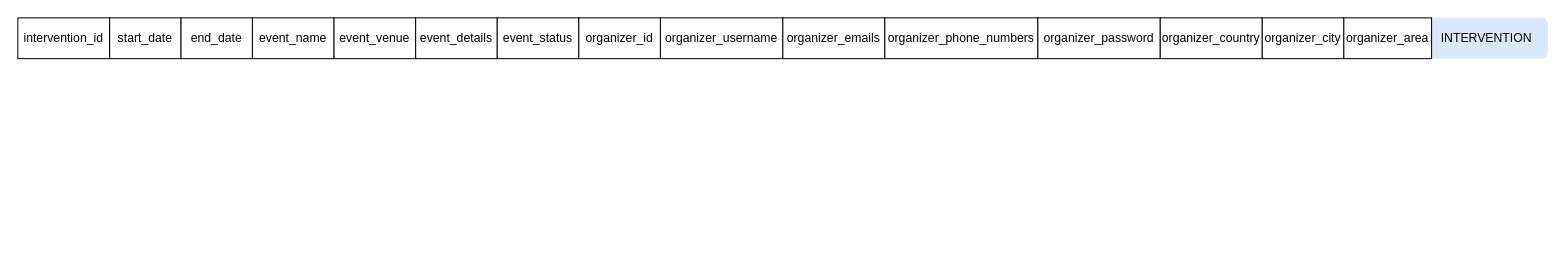
Above: normalization.drawio in BloodRiver/public-health-interventions (draw.io), before the change. Source tidied: cells renumbered, new cells numbered last; positions are measured from the earlier drawing's top-left corner, leaving out a move shared by most shapes. Both pictures are drawn from the tidied source at 102%, with x=0, y=0 at pixel (17, 17).
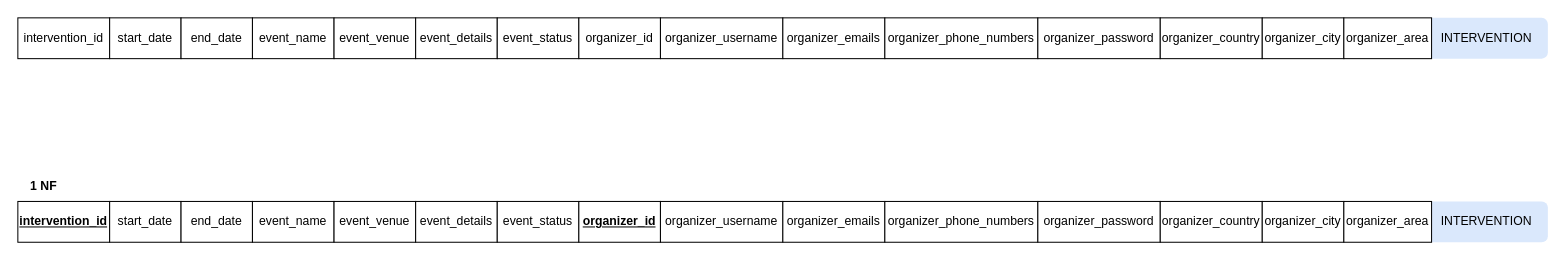
Above is the later version.

The edit, as a diff of the source:
```diff
@@
+    <mxCell id="18" value="&lt;b&gt;1 NF&lt;/b&gt;" style="text;html=1;align=center;verticalAlign=middle;strokeColor=none;fillColor=none;" parent="1" vertex="1">
+      <mxGeometry y="150" width="50" height="30" as="geometry" />
+    </mxCell>
+    <mxCell id="19" value="INTERVENTION" style="rounded=1;whiteSpace=wrap;html=1;fillColor=#dae8fc;strokeColor=none;" parent="1" vertex="1">
+      <mxGeometry x="1380" y="180" width="120" height="40" as="geometry" />
+    </mxCell>
+    <mxCell id="20" value="intervention_id" style="rounded=0;whiteSpace=wrap;html=1;fontStyle=5;" parent="1" vertex="1">
+      <mxGeometry y="180" width="90" height="40" as="geometry" />
+    </mxCell>
+    <mxCell id="21" value="start_date" style="rounded=0;whiteSpace=wrap;html=1;" parent="1" vertex="1">
+      <mxGeometry x="90" y="180" width="70" height="40" as="geometry" />
+    </mxCell>
+    <mxCell id="22" value="end_date" style="rounded=0;whiteSpace=wrap;html=1;" parent="1" vertex="1">
+      <mxGeometry x="160" y="180" width="70" height="40" as="geometry" />
+    </mxCell>
+    <mxCell id="23" value="event_name" style="rounded=0;whiteSpace=wrap;html=1;" parent="1" vertex="1">
+      <mxGeometry x="230" y="180" width="80" height="40" as="geometry" />
+    </mxCell>
+    <mxCell id="24" value="event_venue" style="rounded=0;whiteSpace=wrap;html=1;" parent="1" vertex="1">
+      <mxGeometry x="310" y="180" width="80" height="40" as="geometry" />
+    </mxCell>
+    <mxCell id="25" value="event_details" style="rounded=0;whiteSpace=wrap;html=1;" parent="1" vertex="1">
+      <mxGeometry x="390" y="180" width="80" height="40" as="geometry" />
+    </mxCell>
+    <mxCell id="26" value="event_status" style="rounded=0;whiteSpace=wrap;html=1;" parent="1" vertex="1">
+      <mxGeometry x="470" y="180" width="80" height="40" as="geometry" />
+    </mxCell>
+    <mxCell id="27" value="organizer_id" style="rounded=0;whiteSpace=wrap;html=1;fontStyle=5;" parent="1" vertex="1">
+      <mxGeometry x="550" y="180" width="80" height="40" as="geometry" />
+    </mxCell>
+    <mxCell id="28" value="organizer_username" style="rounded=0;whiteSpace=wrap;html=1;" parent="1" vertex="1">
+      <mxGeometry x="630" y="180" width="120" height="40" as="geometry" />
+    </mxCell>
+    <mxCell id="29" value="organizer_emails" style="rounded=0;whiteSpace=wrap;html=1;" parent="1" vertex="1">
+      <mxGeometry x="750" y="180" width="100" height="40" as="geometry" />
+    </mxCell>
+    <mxCell id="30" value="organizer_phone_numbers" style="rounded=0;whiteSpace=wrap;html=1;" parent="1" vertex="1">
+      <mxGeometry x="850" y="180" width="150" height="40" as="geometry" />
+    </mxCell>
+    <mxCell id="31" value="organizer_password" style="rounded=0;whiteSpace=wrap;html=1;" parent="1" vertex="1">
+      <mxGeometry x="1000" y="180" width="120" height="40" as="geometry" />
+    </mxCell>
+    <mxCell id="32" value="organizer_country" style="rounded=0;whiteSpace=wrap;html=1;" parent="1" vertex="1">
+      <mxGeometry x="1120" y="180" width="100" height="40" as="geometry" />
+    </mxCell>
+    <mxCell id="33" value="organizer_city" style="rounded=0;whiteSpace=wrap;html=1;" parent="1" vertex="1">
+      <mxGeometry x="1220" y="180" width="80" height="40" as="geometry" />
+    </mxCell>
+    <mxCell id="34" value="organizer_area" style="rounded=0;whiteSpace=wrap;html=1;" parent="1" vertex="1">
+      <mxGeometry x="1300" y="180" width="86" height="40" as="geometry" />
+    </mxCell>
```
